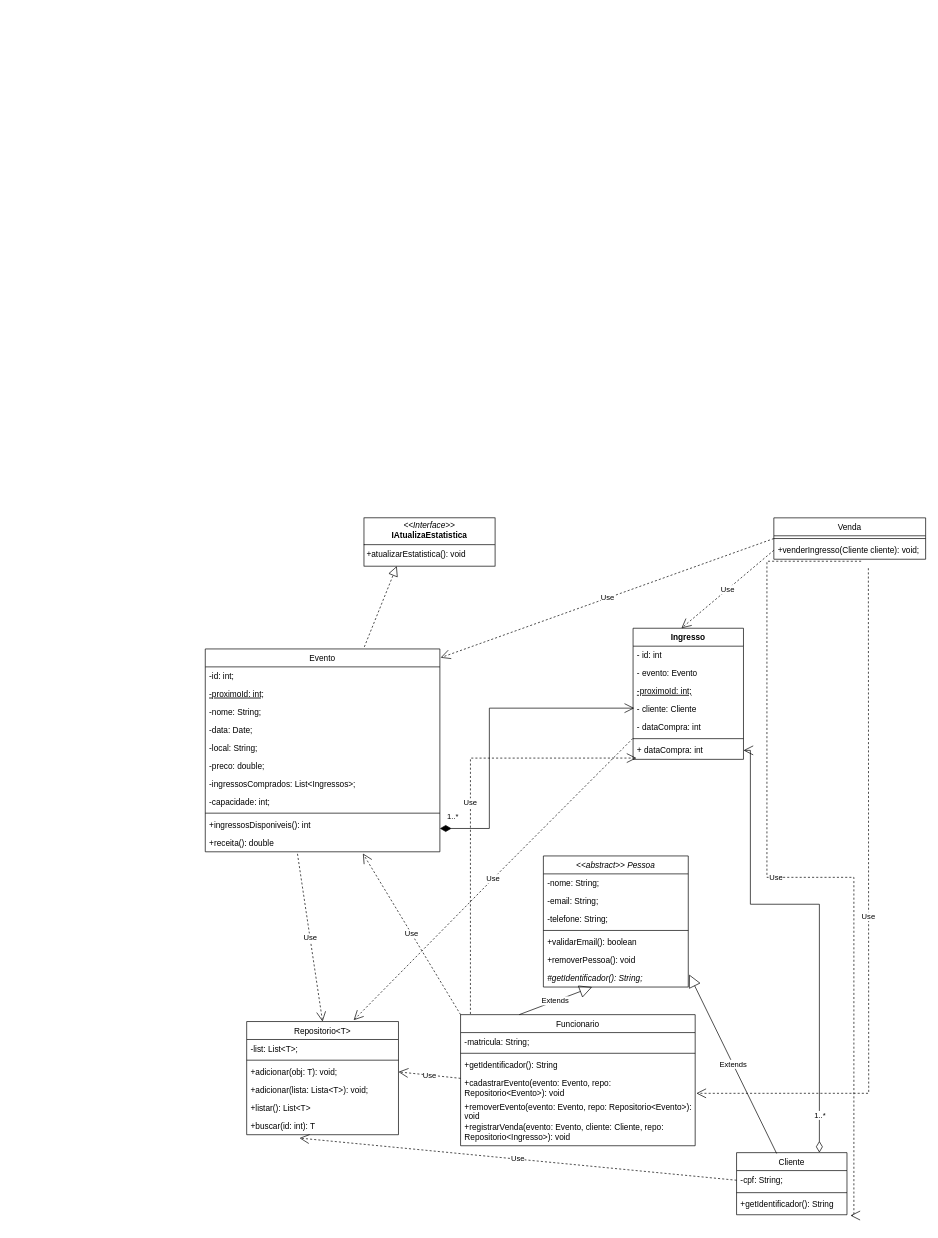
Before: Diagrama UML.drawio in thaisealves/venda-ingressos-poo, a draw.io diagram. Source tidied: cells renumbered, new cells numbered last; positions are measured from the earlier drawing's top-left corner, leaving out a move shared by most shapes. Both pictures are drawn from the tidied source at 69%, with x=0, y=0 at pixel (205, 518).
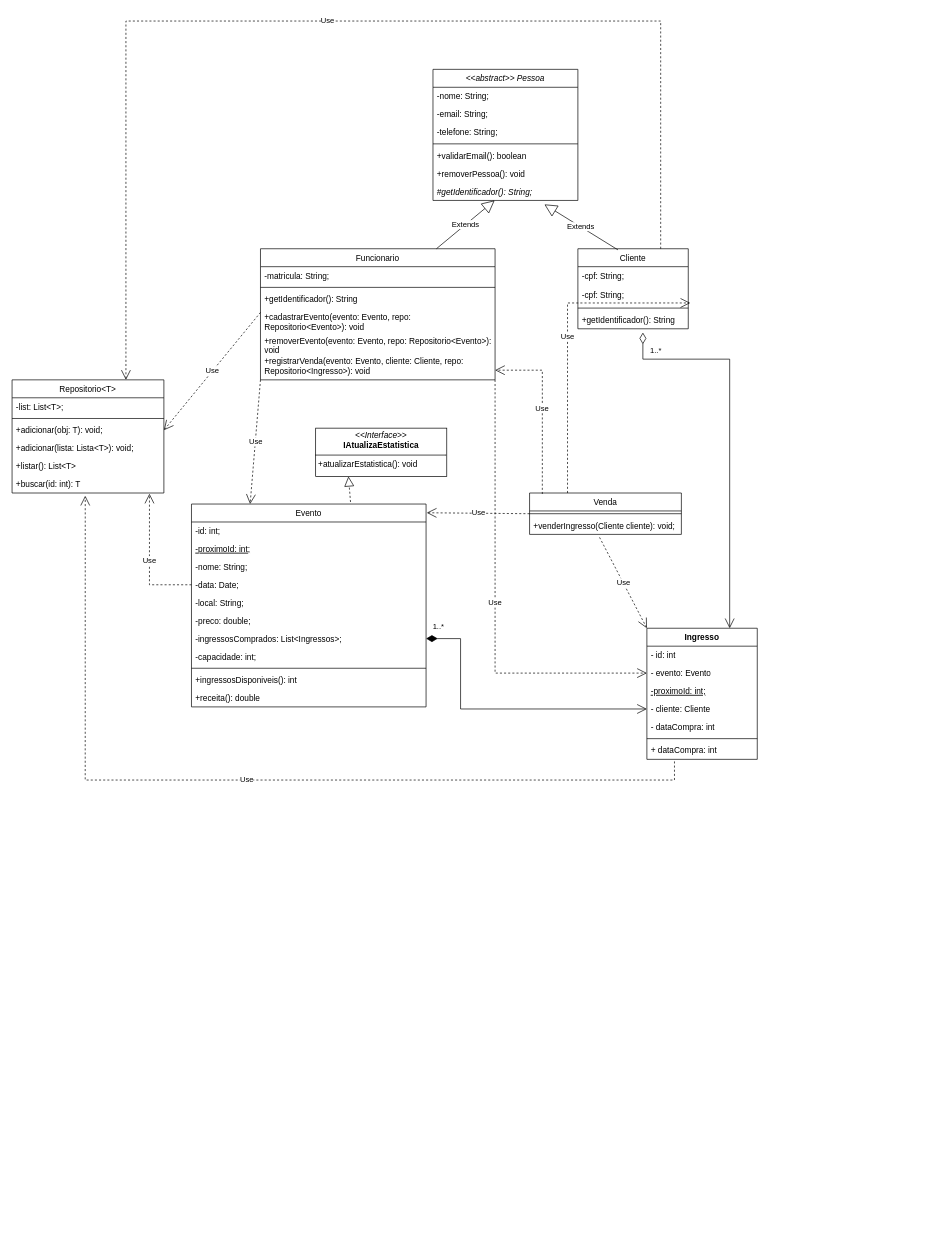
After the change.

Commit message:
organize diagram

The change refers to these unchanged cells:
```xml
<mxCell id="10" value="-data: Date;" style="text;align=left;verticalAlign=top;spacingLeft=4;spacingRight=4;overflow=hidden;points=[[0,0.5],[1,0.5]];portConstraint=eastwest;rounded=0;shadow=0;html=0;" parent="6" vertex="1">
  <mxGeometry y="104" width="340" height="26" as="geometry" />
</mxCell>
<mxCell id="13" value="-ingressosComprados: List&lt;Ingressos&gt;;" style="text;align=left;verticalAlign=top;spacingLeft=4;spacingRight=4;overflow=hidden;points=[[0,0.5],[1,0.5]];portConstraint=eastwest;rounded=0;shadow=0;html=0;" parent="6" vertex="1">
  <mxGeometry y="182" width="340" height="26" as="geometry" />
</mxCell>
<mxCell id="17" value="+receita(): double" style="text;align=left;verticalAlign=top;spacingLeft=4;spacingRight=4;overflow=hidden;points=[[0,0.5],[1,0.5]];portConstraint=eastwest;" parent="6" vertex="1">
  <mxGeometry y="268" width="340" height="26" as="geometry" />
</mxCell>
<mxCell id="26" value="#getIdentificador(): String;" style="text;align=left;verticalAlign=top;spacingLeft=4;spacingRight=4;overflow=hidden;points=[[0,0.5],[1,0.5]];portConstraint=eastwest;fontStyle=2;" parent="19" vertex="1">
  <mxGeometry y="164" width="210" height="26" as="geometry" />
</mxCell>
<mxCell id="31" value="+cadastrarEvento(evento: Evento, repo: Repositorio&lt;Evento&gt;): void" style="text;align=left;verticalAlign=top;spacingLeft=4;spacingRight=4;overflow=hidden;points=[[0,0.5],[1,0.5]];portConstraint=eastwest;whiteSpace=wrap;" parent="27" vertex="1">
  <mxGeometry y="86" width="340" height="34" as="geometry" />
</mxCell>
<mxCell id="36" value="- evento: Evento" style="text;strokeColor=none;fillColor=none;align=left;verticalAlign=top;spacingLeft=4;spacingRight=4;overflow=hidden;points=[[0,0.5],[1,0.5]];portConstraint=eastwest;whiteSpace=wrap;html=1;" parent="34" vertex="1">
  <mxGeometry y="52" width="160" height="26" as="geometry" />
</mxCell>
<mxCell id="38" value="- cliente: Cliente" style="text;strokeColor=none;fillColor=none;align=left;verticalAlign=top;spacingLeft=4;spacingRight=4;overflow=hidden;points=[[0,0.5],[1,0.5]];portConstraint=eastwest;whiteSpace=wrap;html=1;" parent="34" vertex="1">
  <mxGeometry y="104" width="160" height="26" as="geometry" />
</mxCell>
<mxCell id="41" value="+ dataCompra: int" style="text;strokeColor=none;fillColor=none;align=left;verticalAlign=top;spacingLeft=4;spacingRight=4;overflow=hidden;points=[[0,0.5],[1,0.5]];portConstraint=eastwest;whiteSpace=wrap;html=1;" parent="34" vertex="1">
  <mxGeometry y="164" width="160" height="26" as="geometry" />
</mxCell>
<mxCell id="48" value="+buscar(id: int): T" style="text;align=left;verticalAlign=top;spacingLeft=4;spacingRight=4;overflow=hidden;points=[[0,0.5],[1,0.5]];portConstraint=eastwest;" parent="42" vertex="1">
  <mxGeometry y="138" width="220" height="26" as="geometry" />
</mxCell>
<mxCell id="52" value="+venderIngresso(Cliente cliente): void;&#10;" style="text;align=left;verticalAlign=top;spacingLeft=4;spacingRight=4;overflow=hidden;points=[[0,0.5],[1,0.5]];portConstraint=eastwest;" parent="50" vertex="1">
  <mxGeometry y="34" width="220" height="26" as="geometry" />
</mxCell>
```

Change to the diagram source:
```diff
@@
     <mxCell id="2" value="Cliente" style="swimlane;fontStyle=0;align=center;verticalAlign=top;horizontal=1;startSize=26;rounded=0;shadow=0;strokeWidth=1;" parent="1" vertex="1">
-      <mxGeometry x="770" y="920" width="160" height="90" as="geometry" />
+      <mxGeometry x="540" y="-390" width="160" height="116" as="geometry" />
     </mxCell>
+    <mxCell id="67" value="-cpf: String;" style="text;align=left;verticalAlign=top;spacingLeft=4;spacingRight=4;overflow=hidden;" parent="2" vertex="1">
+      <mxGeometry y="26" width="160" height="28" as="geometry" />
+    </mxCell>
     <mxCell id="3" value="-cpf: String;" style="text;align=left;verticalAlign=top;spacingLeft=4;spacingRight=4;overflow=hidden;points=[[0,0.5],[1,0.5]];portConstraint=eastwest;" parent="2" vertex="1">
-      <mxGeometry y="26" width="160" height="28" as="geometry" />
+      <mxGeometry y="54" width="160" height="28" as="geometry" />
     </mxCell>
     <mxCell id="4" style="line;html=1;strokeWidth=1;align=left;verticalAlign=middle;spacingTop=-1;spacingLeft=3;spacingRight=3;labelPosition=right;" parent="2" vertex="1">
-      <mxGeometry y="54" width="160" height="8" as="geometry" />
+      <mxGeometry y="82" width="160" height="8" as="geometry" />
     </mxCell>
     <mxCell id="5" value="+getIdentificador(): String" style="text;align=left;verticalAlign=top;spacingLeft=4;spacingRight=4;overflow=hidden;points=[[0,0.5],[1,0.5]];portConstraint=eastwest;" parent="2" vertex="1">
-      <mxGeometry y="62" width="160" height="26" as="geometry" />
+      <mxGeometry y="90" width="160" height="26" as="geometry" />
     </mxCell>
     <mxCell id="6" value="Evento" style="swimlane;fontStyle=0;align=center;verticalAlign=top;horizontal=1;startSize=26;rounded=0;shadow=0;strokeWidth=1;" parent="1" vertex="1">
-      <mxGeometry y="190" width="340" height="294" as="geometry" />
+      <mxGeometry x="-20" y="-20" width="340" height="294" as="geometry" />
     </mxCell>
@@
     <mxCell id="18" value="&lt;p style=&quot;margin:0px;margin-top:4px;text-align:center;&quot;&gt;&lt;i&gt;&amp;lt;&amp;lt;Interface&amp;gt;&amp;gt;&lt;/i&gt;&lt;br&gt;&lt;b&gt;IAtualizaEstatistica&lt;/b&gt;&lt;/p&gt;&lt;hr size=&quot;1&quot; style=&quot;border-style:solid;&quot;&gt;&lt;p style=&quot;margin:0px;margin-left:4px;&quot;&gt;&lt;/p&gt;&lt;p style=&quot;margin:0px;margin-left:4px;&quot;&gt;+atualizarEstatistica(): void&lt;br&gt;&lt;br&gt;&lt;/p&gt;" style="verticalAlign=top;align=left;overflow=fill;html=1;whiteSpace=wrap;" parent="1" vertex="1">
-      <mxGeometry x="230" width="190" height="70" as="geometry" />
+      <mxGeometry x="160" y="-130" width="190" height="70" as="geometry" />
     </mxCell>
     <mxCell id="19" value="&lt;&lt;abstract&gt;&gt; Pessoa" style="swimlane;fontStyle=2;align=center;verticalAlign=top;horizontal=1;startSize=26;rounded=0;shadow=0;strokeWidth=1;" parent="1" vertex="1">
-      <mxGeometry x="490" y="490" width="210" height="190" as="geometry" />
+      <mxGeometry x="330" y="-650" width="210" height="190" as="geometry" />
     </mxCell>
@@
     <mxCell id="27" value="Funcionario" style="swimlane;fontStyle=0;align=center;verticalAlign=top;horizontal=1;startSize=26;rounded=0;shadow=0;strokeWidth=1;" parent="1" vertex="1">
-      <mxGeometry x="370" y="720" width="340" height="190" as="geometry" />
+      <mxGeometry x="80" y="-390" width="340" height="190" as="geometry" />
     </mxCell>
@@
     <mxCell id="34" value="Ingresso" style="swimlane;fontStyle=1;align=center;verticalAlign=top;horizontal=1;startSize=26;whiteSpace=wrap;html=1;" parent="1" vertex="1">
-      <mxGeometry x="620" y="160" width="160" height="190" as="geometry" />
+      <mxGeometry x="640" y="160" width="160" height="190" as="geometry" />
     </mxCell>
@@
     <mxCell id="42" value="Repositorio&lt;T&gt;" style="swimlane;fontStyle=0;align=center;verticalAlign=top;horizontal=1;startSize=26;rounded=0;shadow=0;strokeWidth=1;" parent="1" vertex="1">
-      <mxGeometry x="60" y="730" width="220" height="164" as="geometry" />
+      <mxGeometry x="-280" y="-200" width="220" height="164" as="geometry" />
     </mxCell>
@@
     <mxCell id="50" value="Venda" style="swimlane;fontStyle=0;align=center;verticalAlign=top;horizontal=1;startSize=26;rounded=0;shadow=0;strokeWidth=1;" parent="1" vertex="1">
-      <mxGeometry x="824" width="220" height="60" as="geometry" />
+      <mxGeometry x="470" y="-36" width="220" height="60" as="geometry" />
     </mxCell>
@@
-    <mxCell id="53" value="1..*" style="endArrow=open;html=1;endSize=12;startArrow=diamondThin;startSize=14;startFill=0;edgeStyle=orthogonalEdgeStyle;align=left;verticalAlign=bottom;rounded=0;exitX=0.75;exitY=0;exitDx=0;exitDy=0;" parent="1" edge="1" source="2" target="41">
+    <mxCell id="53" value="1..*" style="endArrow=open;html=1;endSize=12;startArrow=diamondThin;startSize=14;startFill=0;edgeStyle=orthogonalEdgeStyle;align=left;verticalAlign=bottom;rounded=0;entryX=0.75;entryY=0;entryDx=0;entryDy=0;exitX=0.589;exitY=1.209;exitDx=0;exitDy=0;exitPerimeter=0;" parent="1" edge="1" source="5" target="34">
       <mxGeometry x="-0.87" y="9" relative="1" as="geometry">
         <Array as="points">
-          <mxPoint x="890" y="560" />
-          <mxPoint x="790" y="560" />
-          <mxPoint x="790" y="337" />
+          <mxPoint x="634" y="-230" />
+          <mxPoint x="760" y="-230" />
         </Array>
       </mxGeometry>
     </mxCell>
-    <mxCell id="54" value="Extends" style="endArrow=block;endSize=16;endFill=0;html=1;rounded=0;exitX=0.363;exitY=0.014;exitDx=0;exitDy=0;exitPerimeter=0;entryX=1.006;entryY=0.3;entryDx=0;entryDy=0;entryPerimeter=0;" parent="1" edge="1" source="2" target="26">
+    <mxCell id="54" value="Extends" style="endArrow=block;endSize=16;endFill=0;html=1;rounded=0;exitX=0.363;exitY=0.014;exitDx=0;exitDy=0;exitPerimeter=0;entryX=0.769;entryY=1.22;entryDx=0;entryDy=0;entryPerimeter=0;" parent="1" edge="1" source="2" target="26">
       <mxGeometry relative="1" as="geometry" />
     </mxCell>
-    <mxCell id="55" value="Extends" style="endArrow=block;endSize=16;endFill=0;html=1;rounded=0;exitX=0.25;exitY=0;exitDx=0;exitDy=0;" parent="1" edge="1" source="27" target="26">
+    <mxCell id="55" value="Extends" style="endArrow=block;endSize=16;endFill=0;html=1;rounded=0;exitX=0.75;exitY=0;exitDx=0;exitDy=0;" parent="1" edge="1" source="27" target="26">
       <mxGeometry relative="1" as="geometry" />
     </mxCell>
-    <mxCell id="56" value="Use" style="endArrow=open;endSize=12;dashed=1;html=1;rounded=0;exitX=0.393;exitY=1.112;exitDx=0;exitDy=0;exitPerimeter=0;entryX=0.5;entryY=0;entryDx=0;entryDy=0;" parent="1" edge="1" source="17" target="42">
+    <mxCell id="56" value="Use" style="endArrow=open;endSize=12;dashed=1;html=1;rounded=0;exitX=0;exitY=0.5;exitDx=0;exitDy=0;entryX=0.905;entryY=1.038;entryDx=0;entryDy=0;entryPerimeter=0;edgeStyle=orthogonalEdgeStyle;" parent="1" edge="1" source="10" target="48">
       <mxGeometry relative="1" as="geometry" />
     </mxCell>
-    <mxCell id="57" value="Use" style="endArrow=open;endSize=12;dashed=1;html=1;rounded=0;exitX=-0.002;exitY=-0.166;exitDx=0;exitDy=0;exitPerimeter=0;entryX=0.705;entryY=-0.012;entryDx=0;entryDy=0;entryPerimeter=0;" parent="1" edge="1" source="41" target="42">
+    <mxCell id="57" value="Use" style="endArrow=open;endSize=12;dashed=1;html=1;rounded=0;exitX=0.25;exitY=1.115;exitDx=0;exitDy=0;exitPerimeter=0;entryX=0.482;entryY=1.154;entryDx=0;entryDy=0;entryPerimeter=0;jumpStyle=arc;edgeStyle=orthogonalEdgeStyle;" parent="1" edge="1" source="41" target="48">
       <mxGeometry relative="1" as="geometry">
         <Array as="points">
-          <mxPoint x="420" y="520" />
+          <mxPoint x="680" y="380" />
+          <mxPoint x="-174" y="380" />
         </Array>
       </mxGeometry>
     </mxCell>
-    <mxCell id="58" value="Use" style="endArrow=open;endSize=12;dashed=1;html=1;rounded=0;exitX=0;exitY=0.5;exitDx=0;exitDy=0;entryX=0.348;entryY=1.189;entryDx=0;entryDy=0;entryPerimeter=0;" parent="1" edge="1" source="3" target="48">
-      <mxGeometry relative="1" as="geometry" />
+    <mxCell id="58" value="Use" style="endArrow=open;endSize=12;dashed=1;html=1;rounded=0;exitX=0.75;exitY=0;exitDx=0;exitDy=0;entryX=0.75;entryY=0;entryDx=0;entryDy=0;edgeStyle=orthogonalEdgeStyle;" parent="1" edge="1" source="2" target="42">
+      <mxGeometry relative="1" as="geometry">
+        <Array as="points">
+          <mxPoint x="660" y="-720" />
+          <mxPoint x="-115" y="-720" />
+        </Array>
+      </mxGeometry>
     </mxCell>
-    <mxCell id="59" value="Use" style="endArrow=open;endSize=12;dashed=1;html=1;rounded=0;exitX=0;exitY=0.5;exitDx=0;exitDy=0;entryX=1.003;entryY=0.043;entryDx=0;entryDy=0;entryPerimeter=0;" parent="1" edge="1" source="50" target="6">
+    <mxCell id="59" value="Use" style="endArrow=open;endSize=12;dashed=1;html=1;rounded=0;exitX=0;exitY=0.5;exitDx=0;exitDy=0;entryX=1.003;entryY=0.043;entryDx=0;entryDy=0;entryPerimeter=0;jumpStyle=arc;" parent="1" edge="1" source="50" target="6">
       <mxGeometry relative="1" as="geometry" />
     </mxCell>
-    <mxCell id="60" value="Use" style="endArrow=open;endSize=12;dashed=1;html=1;rounded=0;exitX=0;exitY=0.5;exitDx=0;exitDy=0;entryX=0.438;entryY=0;entryDx=0;entryDy=0;entryPerimeter=0;" parent="1" edge="1" source="52" target="34">
+    <mxCell id="60" value="Use" style="endArrow=open;endSize=12;dashed=1;html=1;rounded=0;exitX=0.461;exitY=1.165;exitDx=0;exitDy=0;entryX=0;entryY=0;entryDx=0;entryDy=0;exitPerimeter=0;" parent="1" edge="1" source="52" target="34">
       <mxGeometry relative="1" as="geometry" />
     </mxCell>
-    <mxCell id="61" value="Use" style="endArrow=open;endSize=12;dashed=1;html=1;rounded=0;exitX=0.575;exitY=1.112;exitDx=0;exitDy=0;entryX=1.031;entryY=1.118;entryDx=0;entryDy=0;entryPerimeter=0;exitPerimeter=0;edgeStyle=orthogonalEdgeStyle;" parent="1" edge="1" source="52" target="5">
+    <mxCell id="61" value="Use" style="endArrow=open;endSize=12;dashed=1;html=1;rounded=0;exitX=0.25;exitY=0;exitDx=0;exitDy=0;entryX=1.018;entryY=0.878;entryDx=0;entryDy=0;entryPerimeter=0;edgeStyle=orthogonalEdgeStyle;" parent="1" edge="1" source="50" target="3">
       <mxGeometry relative="1" as="geometry" />
     </mxCell>
-    <mxCell id="62" value="1..*" style="endArrow=open;html=1;endSize=12;startArrow=diamondThin;startSize=14;startFill=1;edgeStyle=orthogonalEdgeStyle;align=left;verticalAlign=bottom;rounded=0;entryX=0;entryY=0.22;entryDx=0;entryDy=0;entryPerimeter=0;exitX=0.995;exitY=0.469;exitDx=0;exitDy=0;exitPerimeter=0;" parent="1" edge="1">
+    <mxCell id="62" value="1..*" style="endArrow=open;html=1;endSize=12;startArrow=diamondThin;startSize=14;startFill=1;edgeStyle=orthogonalEdgeStyle;align=left;verticalAlign=bottom;rounded=0;entryX=0;entryY=0.5;entryDx=0;entryDy=0;exitX=1;exitY=0.5;exitDx=0;exitDy=0;" parent="1" edge="1" source="13" target="38">
       <mxGeometry x="-0.96" y="8" relative="1" as="geometry">
-        <mxPoint x="340" y="450.2" as="sourcePoint" />
-        <mxPoint x="621.7" y="275.8" as="targetPoint" />
         <Array as="points">
-          <mxPoint x="411.7" y="450.1" />
-          <mxPoint x="411.7" y="276.1" />
+          <mxPoint x="370" y="175" />
+          <mxPoint x="370" y="277" />
         </Array>
       </mxGeometry>
     </mxCell>
-    <mxCell id="63" value="Use" style="endArrow=open;endSize=12;dashed=1;html=1;rounded=0;exitX=0;exitY=0;exitDx=0;exitDy=0;entryX=0.672;entryY=1.096;entryDx=0;entryDy=0;entryPerimeter=0;" parent="1" edge="1" source="27" target="17">
+    <mxCell id="63" value="Use" style="endArrow=open;endSize=12;dashed=1;html=1;rounded=0;exitX=0;exitY=1;exitDx=0;exitDy=0;entryX=0.25;entryY=0;entryDx=0;entryDy=0;" parent="1" edge="1" source="27" target="6">
       <mxGeometry relative="1" as="geometry" />
     </mxCell>
-    <mxCell id="64" value="Use" style="endArrow=open;endSize=12;dashed=1;html=1;rounded=0;exitX=0.575;exitY=1.112;exitDx=0;exitDy=0;entryX=1.005;entryY=0.824;entryDx=0;entryDy=0;entryPerimeter=0;exitPerimeter=0;edgeStyle=orthogonalEdgeStyle;" parent="1" edge="1" target="31">
+    <mxCell id="64" value="Use" style="endArrow=open;endSize=12;dashed=1;html=1;rounded=0;entryX=1;entryY=0.5;entryDx=0;entryDy=0;edgeStyle=orthogonalEdgeStyle;exitX=0.084;exitY=0.024;exitDx=0;exitDy=0;exitPerimeter=0;" parent="1" edge="1" source="50">
       <mxGeometry relative="1" as="geometry">
-        <mxPoint x="961" y="73" as="sourcePoint" />
+        <mxPoint x="420" y="-214" as="targetPoint" />
+        <Array as="points">
+          <mxPoint x="488" y="-214" />
+        </Array>
       </mxGeometry>
     </mxCell>
@@
-    <mxCell id="66" value="Use" style="endArrow=open;endSize=12;dashed=1;html=1;rounded=0;exitX=0.042;exitY=-0.005;exitDx=0;exitDy=0;exitPerimeter=0;entryX=0.031;entryY=0.929;entryDx=0;entryDy=0;entryPerimeter=0;edgeStyle=orthogonalEdgeStyle;" parent="1" edge="1" source="27" target="41">
+    <mxCell id="66" value="Use" style="endArrow=open;endSize=12;dashed=1;html=1;rounded=0;exitX=1;exitY=1;exitDx=0;exitDy=0;entryX=0;entryY=0.5;entryDx=0;entryDy=0;edgeStyle=orthogonalEdgeStyle;" parent="1" edge="1" source="27" target="36">
       <mxGeometry relative="1" as="geometry" />
     </mxCell>
```
